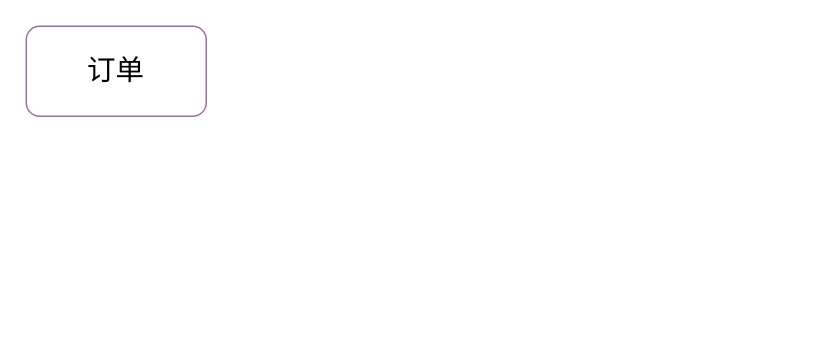
Above: 矿卡任务调度算法.drawio in agzy1998/MarkDownPhotos (draw.io), before the change. Source tidied: cells renumbered, new cells numbered last; positions are measured from the earlier drawing's top-left corner, leaving out a move shared by most shapes. Both pictures are drawn from the tidied source at 150%, with x=0, y=0 at pixel (26, 26).
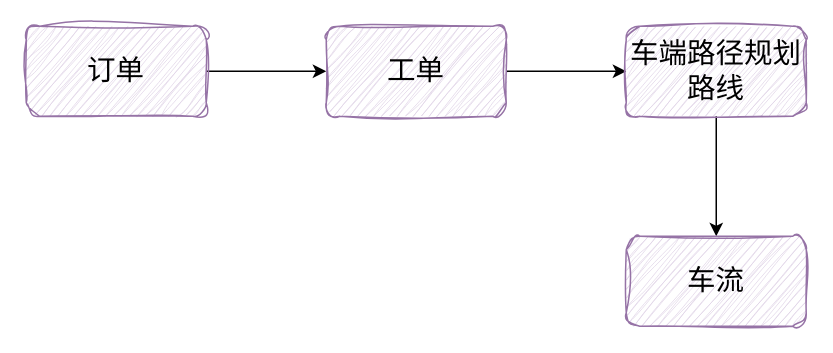
Above is the later version.

Commit message (it also covers changes not shown here):
更新矿卡任务调度算法.drawio

Change to the diagram source:
```diff
@@
 <mxGraphModel>
   <root>
     <mxCell id="0" />
     <mxCell id="1" parent="0" />
+    <mxCell id="3" style="edgeStyle=orthogonalEdgeStyle;rounded=0;jettySize=auto;html=1;" parent="1" edge="1" source="2" target="5">
+      <mxGeometry relative="1" as="geometry" />
+    </mxCell>
-    <mxCell id="2" value="&lt;font style=&quot;font-size: 19px;&quot;&gt;订单&lt;/font&gt;" style="rounded=1;whiteSpace=wrap;html=1;fillColor=default;strokeColor=#9673a6;gradientColor=none;fillStyle=zigzag-line;" parent="1" vertex="1">
+    <mxCell id="2" value="&lt;font style=&quot;font-size: 19px;&quot;&gt;订单&lt;/font&gt;" style="rounded=1;whiteSpace=wrap;html=1;fillStyle=hatch;fillColor=#e1d5e7;strokeColor=#9673a6;sketch=1;curveFitting=1;jiggle=2;" parent="1" vertex="1">
       <mxGeometry width="120" height="60" as="geometry" />
     </mxCell>
+    <mxCell id="4" style="edgeStyle=orthogonalEdgeStyle;rounded=0;jettySize=auto;html=1;" parent="1" edge="1" source="5" target="7">
+      <mxGeometry relative="1" as="geometry" />
+    </mxCell>
+    <mxCell id="5" value="&lt;font style=&quot;font-size: 19px;&quot;&gt;工单&lt;/font&gt;" style="rounded=1;whiteSpace=wrap;html=1;fillStyle=hatch;fillColor=#e1d5e7;strokeColor=#9673a6;sketch=1;curveFitting=1;jiggle=2;" parent="1" vertex="1">
+      <mxGeometry x="200" width="120" height="60" as="geometry" />
+    </mxCell>
+    <mxCell id="6" style="edgeStyle=orthogonalEdgeStyle;rounded=0;jettySize=auto;html=1;" parent="1" edge="1" source="7" target="8">
+      <mxGeometry relative="1" as="geometry" />
+    </mxCell>
+    <mxCell id="7" value="&lt;font style=&quot;font-size: 19px;&quot;&gt;车端路径规划路线&lt;/font&gt;" style="rounded=1;whiteSpace=wrap;html=1;fillStyle=hatch;fillColor=#e1d5e7;strokeColor=#9673a6;sketch=1;curveFitting=1;jiggle=2;" parent="1" vertex="1">
+      <mxGeometry x="400" width="120" height="60" as="geometry" />
+    </mxCell>
+    <mxCell id="8" value="&lt;font style=&quot;font-size: 19px;&quot;&gt;车流&lt;/font&gt;" style="rounded=1;whiteSpace=wrap;html=1;fillStyle=hatch;fillColor=#e1d5e7;strokeColor=#9673a6;sketch=1;curveFitting=1;jiggle=2;" parent="1" vertex="1">
+      <mxGeometry x="400" y="140" width="120" height="60" as="geometry" />
+    </mxCell>
   </root>
 </mxGraphModel>
```
